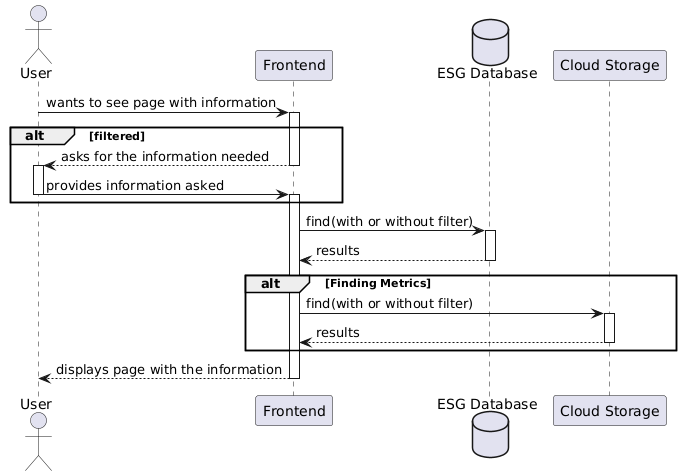
matilde-varela/ISEP-PESTI-Report-2025 keeps this PlantUML diagram as frontmatter/assets/diagrams/Process Views/UC12345-lvl2.png. Above is the earlier version.
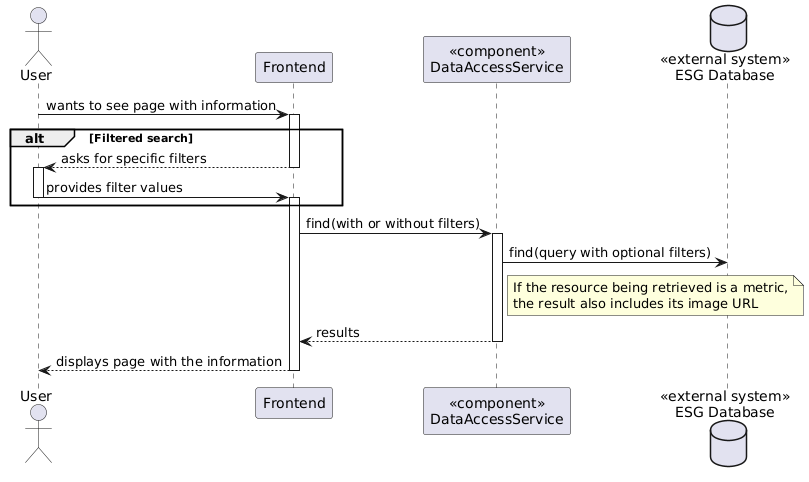
Above is the later version.

Diff of the diagram source:
```diff
@@ -1,39 +1,34 @@
 @startuml
 actor User as USER
 participant Frontend as FE
-database "ESG Database" as DATA
-participant  "Cloud Storage" as S3
-
+participant "<<component>>\nDataAccessService" as DATASERV
+database "<<external system>>\nESG Database" as DATA
 
 USER -> FE : wants to see page with information
 activate FE
 
-
-alt filtered
-    FE --> USER : asks for the information needed
+alt Filtered search
+    FE --> USER : asks for specific filters
     deactivate FE
     activate USER
 
-    USER -> FE : provides information asked
+    USER -> FE : provides filter values
     deactivate USER
     activate FE
 end alt
 
+FE -> DATASERV : find(with or without filters)
+activate DATASERV
 
-FE -> DATA : find(with or without filter)
-activate DATA
+DATASERV -> DATA : find(query with optional filters)
 
-DATA --> FE : results
-deactivate DATA
+note right DATASERV
+If the resource being retrieved is a metric,
+the result also includes its image URL
+end note
 
-alt Finding Metrics
-    FE -> S3 : find(with or without filter)
-    activate S3
-
-    S3 --> FE : results
-    deactivate S3
-end alt
-
+DATASERV --> FE : results
+deactivate DATASERV
 
 FE --> USER : displays page with the information
 deactivate FE
```
